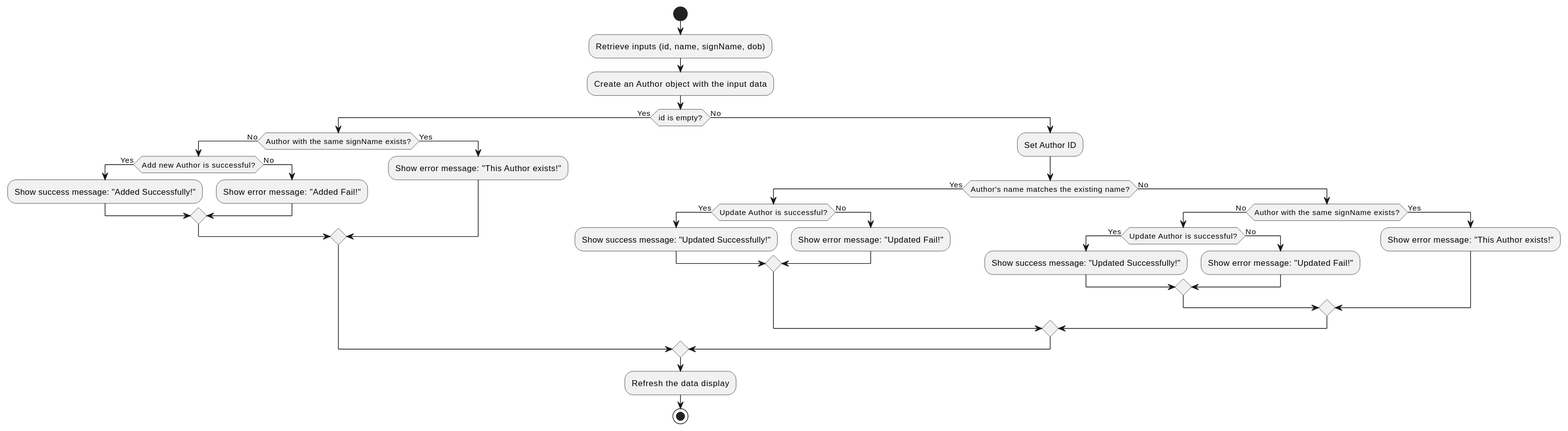
Above: docs/design/authors/CreateOrUpdateAuthor.svg in viettq1997/library-management-system (PlantUML), before the change.
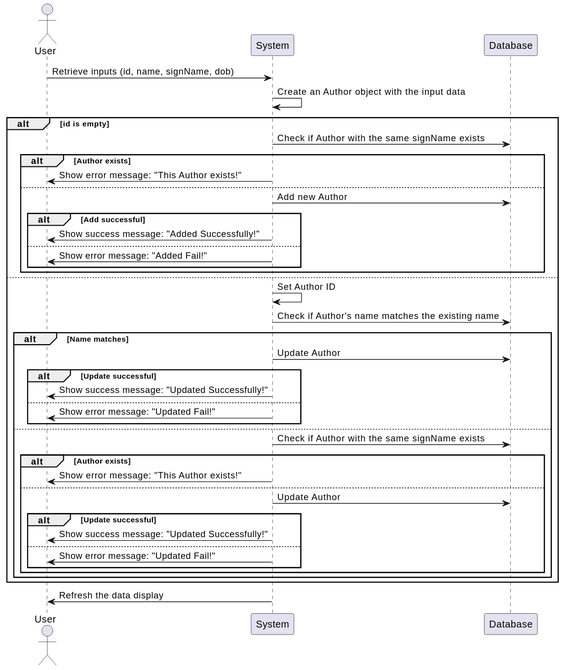
The same diagram one commit later.

What changed in the source:
```diff
@@ -1,40 +1,47 @@
 @startuml
-start
-:Retrieve inputs (id, name, signName, dob);
-:Create an Author object with the input data;
+actor User
+participant "System" as System
+participant "Database" as DB
 
-if (id is empty?) then (Yes)
-    if (Author with the same signName exists?) then (No)
-        if (Add new Author is successful?) then (Yes)
-            :Show success message: "Added Successfully!";
-        else (No)
-            :Show error message: "Added Fail!";
-        endif
-    else (Yes)
-        :Show error message: "This Author exists!";
-    endif
-else (No)
-    :Set Author ID;
+User -> System: Retrieve inputs (id, name, signName, dob)
+System -> System: Create an Author object with the input data
 
-    if (Author's name matches the existing name?) then (Yes)
-        if (Update Author is successful?) then (Yes)
-            :Show success message: "Updated Successfully!";
-        else (No)
-            :Show error message: "Updated Fail!";
-        endif
-    else (No)
-        if (Author with the same signName exists?) then (No)
-            if (Update Author is successful?) then (Yes)
-                :Show success message: "Updated Successfully!";
-            else (No)
-                :Show error message: "Updated Fail!";
-            endif
-        else (Yes)
-            :Show error message: "This Author exists!";
-        endif
-    endif
-endif
+alt id is empty
+  System -> DB: Check if Author with the same signName exists
+  alt Author exists
+    System -> User: Show error message: "This Author exists!"
+  else
+    System -> DB: Add new Author
+    alt Add successful
+      System -> User: Show success message: "Added Successfully!"
+    else
+      System -> User: Show error message: "Added Fail!"
+    end
+  end
+else
+  System -> System: Set Author ID
+  System -> DB: Check if Author's name matches the existing name
+  alt Name matches
+    System -> DB: Update Author
+    alt Update successful
+      System -> User: Show success message: "Updated Successfully!"
+    else
+      System -> User: Show error message: "Updated Fail!"
+    end
+  else
+    System -> DB: Check if Author with the same signName exists
+    alt Author exists
+      System -> User: Show error message: "This Author exists!"
+    else
+      System -> DB: Update Author
+      alt Update successful
+        System -> User: Show success message: "Updated Successfully!"
+      else
+        System -> User: Show error message: "Updated Fail!"
+      end
+    end
+  end
+end
 
-:Refresh the data display;
-stop
+System -> User: Refresh the data display
 @enduml
```
